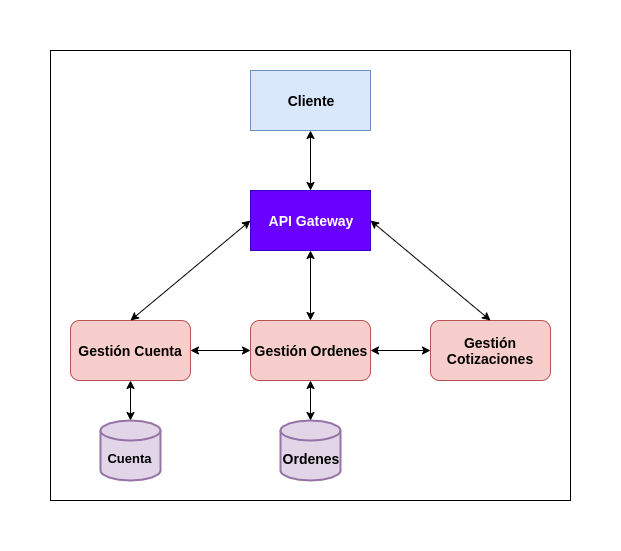
This is docs/img/architectureDiagram.png from Solano96/CC-Project, a draw.io export, as it was before one commit. Source tidied: cells renumbered, new cells last; positions are measured from the earlier drawing's top-left corner, leaving out a move shared by most shapes.
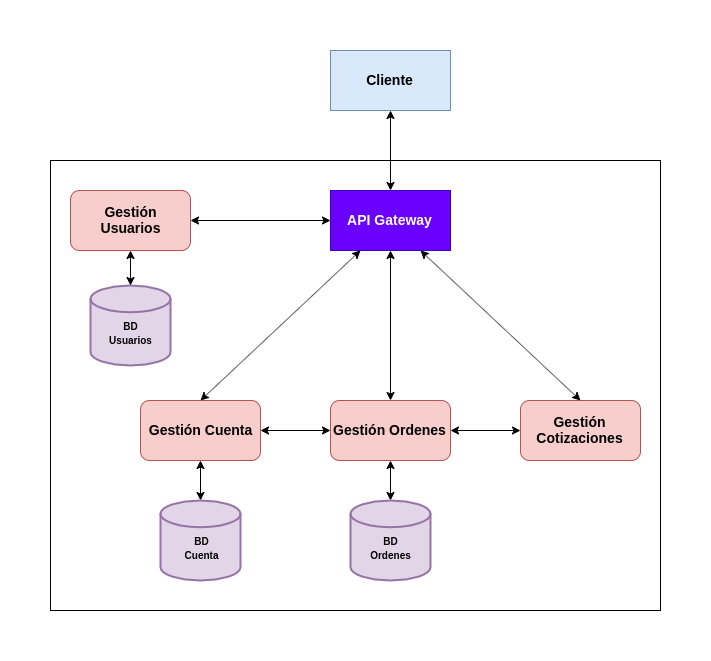
After the commit.

Commit message:
Change in architecture desc in readme

The edit, as a diff of the source:
```diff
@@ -2,53 +2,65 @@
   <root>
     <mxCell id="0" />
     <mxCell id="1" parent="0" />
-    <mxCell id="2" style="rounded=0;whiteSpace=wrap;html=1;strokeColor=#000000;fillColor=none;glass=0;shadow=0;imageAspect=1;" parent="1" vertex="1">
-      <mxGeometry width="520" height="450" as="geometry" />
-    </mxCell>
+    <mxCell id="18" style="rounded=0;whiteSpace=wrap;html=1;fillColor=none;" parent="1" vertex="1">
+      <mxGeometry x="-80" y="190" width="610" height="450" as="geometry" />
+    </mxCell>
-    <mxCell id="3" value="&lt;font color=&quot;#ffffff&quot; size=&quot;1&quot;&gt;&lt;b style=&quot;font-size: 14px&quot;&gt;API Gateway&lt;/b&gt;&lt;/font&gt;" style="rounded=0;whiteSpace=wrap;html=1;fillColor=#6a00ff;strokeColor=#3700CC;fontColor=#ffffff;" parent="1" vertex="1">
-      <mxGeometry x="200" y="140" width="120" height="60" as="geometry" />
+    <mxCell id="3" value="&lt;span style=&quot;font-size: 14px&quot;&gt;&lt;b&gt;API Gateway&lt;/b&gt;&lt;/span&gt;" style="rounded=0;whiteSpace=wrap;html=1;fillColor=#6a00ff;strokeColor=#3700CC;fontColor=#ffffff;" parent="1" vertex="1">
+      <mxGeometry x="200" y="220" width="120" height="60" as="geometry" />
     </mxCell>
     <mxCell id="4" value="&lt;span style=&quot;font-size: 14px&quot;&gt;&lt;b&gt;Gestión Cuenta&lt;/b&gt;&lt;/span&gt;" style="rounded=1;whiteSpace=wrap;html=1;fillColor=#f8cecc;strokeColor=#b85450;align=center;" parent="1" vertex="1">
-      <mxGeometry x="20" y="270" width="120" height="60" as="geometry" />
+      <mxGeometry x="10" y="430" width="120" height="60" as="geometry" />
     </mxCell>
     <mxCell id="5" value="&lt;span style=&quot;font-size: 14px&quot;&gt;&lt;b&gt;Gestión Ordenes&lt;/b&gt;&lt;/span&gt;" style="rounded=1;whiteSpace=wrap;html=1;fillColor=#f8cecc;strokeColor=#b85450;align=center;" parent="1" vertex="1">
-      <mxGeometry x="200" y="270" width="120" height="60" as="geometry" />
+      <mxGeometry x="200" y="430" width="120" height="60" as="geometry" />
     </mxCell>
     <mxCell id="6" value="&lt;span style=&quot;font-size: 14px&quot;&gt;&lt;b&gt;Gestión Cotizaciones&lt;/b&gt;&lt;/span&gt;" style="rounded=1;whiteSpace=wrap;html=1;fillColor=#f8cecc;strokeColor=#b85450;align=center;" parent="1" vertex="1">
-      <mxGeometry x="380" y="270" width="120" height="60" as="geometry" />
+      <mxGeometry x="390" y="430" width="120" height="60" as="geometry" />
     </mxCell>
-    <mxCell id="7" value="&lt;font style=&quot;font-size: 13px&quot;&gt;&lt;b&gt;&lt;br&gt;Cuenta&lt;br&gt;&lt;/b&gt;&lt;/font&gt;" style="strokeWidth=2;html=1;shape=mxgraph.flowchart.database;whiteSpace=wrap;fillColor=#e1d5e7;strokeColor=#9673a6;" parent="1" vertex="1">
-      <mxGeometry x="50" y="370" width="60" height="60" as="geometry" />
-    </mxCell>
+    <mxCell id="19" value="&lt;font style=&quot;font-size: 14px&quot;&gt;&lt;b&gt;Gestión&lt;br&gt;Usuarios&lt;/b&gt;&lt;/font&gt;" style="rounded=1;whiteSpace=wrap;html=1;fillColor=#f8cecc;strokeColor=#b85450;" parent="1" vertex="1">
+      <mxGeometry x="-60" y="220" width="120" height="60" as="geometry" />
+    </mxCell>
-    <mxCell id="8" style="endArrow=classic;startArrow=classic;html=1;entryX=0.5;entryY=1;entryDx=0;entryDy=0;exitX=0.5;exitY=0;exitDx=0;exitDy=0;exitPerimeter=0;" parent="1" edge="1" source="7" target="4">
+    <mxCell id="8" style="endArrow=classic;startArrow=classic;html=1;entryX=0.5;entryY=1;entryDx=0;entryDy=0;exitX=0.5;exitY=0;exitDx=0;exitDy=0;exitPerimeter=0;" parent="1" edge="1" source="23" target="4">
       <mxGeometry relative="1" as="geometry" />
     </mxCell>
-    <mxCell id="9" value="&lt;b&gt;&lt;font style=&quot;font-size: 14px&quot;&gt;&lt;br&gt;Ordenes&lt;/font&gt;&lt;/b&gt;" style="strokeWidth=2;html=1;shape=mxgraph.flowchart.database;whiteSpace=wrap;fillColor=#e1d5e7;strokeColor=#9673a6;" parent="1" vertex="1">
-      <mxGeometry x="230" y="370" width="60" height="60" as="geometry" />
-    </mxCell>
-    <mxCell id="10" style="endArrow=classic;startArrow=classic;html=1;entryX=0.5;entryY=1;entryDx=0;entryDy=0;exitX=0.5;exitY=0;exitDx=0;exitDy=0;exitPerimeter=0;" parent="1" edge="1" source="9" target="5">
+    <mxCell id="10" style="endArrow=classic;startArrow=classic;html=1;entryX=0.5;entryY=1;entryDx=0;entryDy=0;exitX=0.5;exitY=0;exitDx=0;exitDy=0;exitPerimeter=0;" parent="1" edge="1" source="24" target="5">
       <mxGeometry relative="1" as="geometry" />
     </mxCell>
+    <mxCell id="20" value="&lt;font size=&quot;1&quot;&gt;&lt;b&gt;&lt;br&gt;BD&lt;br&gt;Usuarios&lt;/b&gt;&lt;/font&gt;" style="strokeWidth=2;html=1;shape=mxgraph.flowchart.database;whiteSpace=wrap;fillColor=#e1d5e7;strokeColor=#9673a6;" parent="1" vertex="1">
+      <mxGeometry x="-40" y="315" width="80" height="80" as="geometry" />
+    </mxCell>
+    <mxCell id="21" style="endArrow=classic;startArrow=classic;html=1;entryX=0.5;entryY=1;entryDx=0;entryDy=0;exitX=0.5;exitY=0;exitDx=0;exitDy=0;exitPerimeter=0;" parent="1" edge="1" source="20" target="19">
+      <mxGeometry relative="1" as="geometry" />
+    </mxCell>
-    <mxCell id="11" style="endArrow=classic;startArrow=classic;html=1;exitX=0.5;exitY=0;exitDx=0;exitDy=0;entryX=0;entryY=0.5;entryDx=0;entryDy=0;" parent="1" edge="1" source="4" target="3">
+    <mxCell id="11" style="endArrow=classic;startArrow=classic;html=1;exitX=0.5;exitY=0;exitDx=0;exitDy=0;entryX=0.25;entryY=1;entryDx=0;entryDy=0;" parent="1" edge="1" source="4" target="3">
       <mxGeometry relative="1" as="geometry" />
     </mxCell>
-    <mxCell id="12" style="endArrow=classic;startArrow=classic;html=1;entryX=0.5;entryY=1;entryDx=0;entryDy=0;" parent="1" edge="1" source="5" target="3">
+    <mxCell id="12" style="endArrow=classic;startArrow=classic;html=1;entryX=0.5;entryY=1;entryDx=0;entryDy=0;exitX=0.5;exitY=0;exitDx=0;exitDy=0;" parent="1" edge="1" source="5" target="3">
       <mxGeometry relative="1" as="geometry" />
     </mxCell>
-    <mxCell id="13" style="endArrow=classic;startArrow=classic;html=1;entryX=1;entryY=0.5;entryDx=0;entryDy=0;exitX=0.5;exitY=0;exitDx=0;exitDy=0;" parent="1" edge="1" source="6" target="3">
+    <mxCell id="13" style="endArrow=classic;startArrow=classic;html=1;entryX=0.75;entryY=1;entryDx=0;entryDy=0;exitX=0.5;exitY=0;exitDx=0;exitDy=0;" parent="1" edge="1" source="6" target="3">
       <mxGeometry relative="1" as="geometry" />
     </mxCell>
+    <mxCell id="22" style="endArrow=classic;startArrow=classic;html=1;exitX=1;exitY=0.5;exitDx=0;exitDy=0;entryX=0;entryY=0.5;entryDx=0;entryDy=0;" parent="1" edge="1" source="19" target="3">
+      <mxGeometry relative="1" as="geometry" />
+    </mxCell>
     <mxCell id="14" style="endArrow=classic;startArrow=classic;html=1;exitX=1;exitY=0.5;exitDx=0;exitDy=0;entryX=0;entryY=0.5;entryDx=0;entryDy=0;" parent="1" edge="1" source="4" target="5">
       <mxGeometry relative="1" as="geometry" />
     </mxCell>
     <mxCell id="15" style="endArrow=classic;startArrow=classic;html=1;entryX=0;entryY=0.5;entryDx=0;entryDy=0;exitX=1;exitY=0.5;exitDx=0;exitDy=0;" parent="1" edge="1" source="5" target="6">
       <mxGeometry relative="1" as="geometry" />
     </mxCell>
-    <mxCell id="16" value="&lt;b&gt;&lt;font style=&quot;font-size: 14px&quot;&gt;Cliente&lt;/font&gt;&lt;/b&gt;" style="rounded=0;whiteSpace=wrap;html=1;shadow=0;glass=0;strokeColor=#6c8ebf;fillColor=#dae8fc;" parent="1" vertex="1">
-      <mxGeometry x="200" y="20" width="120" height="60" as="geometry" />
+    <mxCell id="16" value="&lt;b&gt;&lt;font style=&quot;font-size: 14px&quot;&gt;Cliente&lt;/font&gt;&lt;/b&gt;" style="rounded=0;whiteSpace=wrap;html=1;fillColor=#dae8fc;strokeColor=#6c8ebf;" parent="1" vertex="1">
+      <mxGeometry x="200" y="80" width="120" height="60" as="geometry" />
     </mxCell>
     <mxCell id="17" style="endArrow=classic;startArrow=classic;html=1;entryX=0.5;entryY=1;entryDx=0;entryDy=0;exitX=0.5;exitY=0;exitDx=0;exitDy=0;" parent="1" edge="1" source="3" target="16">
       <mxGeometry relative="1" as="geometry" />
     </mxCell>
+    <mxCell id="23" value="&lt;font size=&quot;1&quot;&gt;&lt;b&gt;&lt;br&gt;BD&lt;br&gt;Cuenta&lt;br&gt;&lt;/b&gt;&lt;/font&gt;" style="strokeWidth=2;html=1;shape=mxgraph.flowchart.database;whiteSpace=wrap;fillColor=#e1d5e7;strokeColor=#9673a6;" parent="1" vertex="1">
+      <mxGeometry x="30" y="530" width="80" height="80" as="geometry" />
+    </mxCell>
+    <mxCell id="24" value="&lt;font size=&quot;1&quot;&gt;&lt;b&gt;&lt;br&gt;BD&lt;br&gt;Ordenes&lt;/b&gt;&lt;/font&gt;" style="strokeWidth=2;html=1;shape=mxgraph.flowchart.database;whiteSpace=wrap;fillColor=#e1d5e7;strokeColor=#9673a6;" parent="1" vertex="1">
+      <mxGeometry x="220" y="530" width="80" height="80" as="geometry" />
+    </mxCell>
   </root>
 </mxGraphModel>
```
